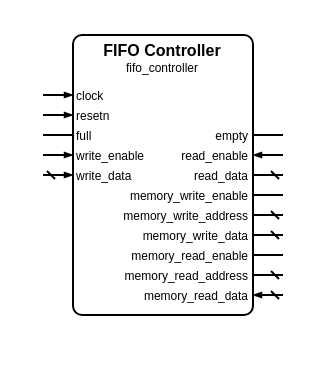
Above: sources/data/controllers/fifo/fifo_controller.symbol.drawio in Louis-DR/OmniCores-BuildingBlocks (draw.io), before the change. Source tidied: cells renumbered, new cells numbered last; positions are measured from the earlier drawing's top-left corner, leaving out a move shared by most shapes. Both pictures are drawn from the tidied source at 200%, with x=0, y=0 at pixel (42, 34).
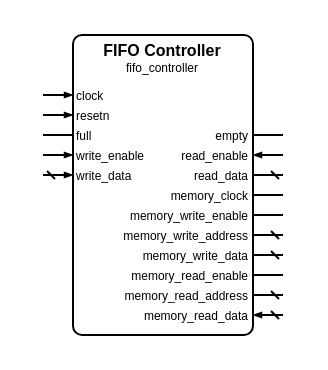
Above is the later version.

Change to the diagram source:
```diff
@@
     <mxCell id="2" style="group;" parent="1" vertex="1">
-      <mxGeometry width="120" height="140" as="geometry" />
+      <mxGeometry width="120" height="150" as="geometry" />
     </mxCell>
     <mxCell id="3" style="rounded=1;arcSize=5;fillColor=none;strokeWidth=1;strokeColor=black;whiteSpace=wrap;html=1;" parent="2" vertex="1">
-      <mxGeometry x="15" width="90" height="140" as="geometry" />
+      <mxGeometry x="15" width="90" height="150" as="geometry" />
     </mxCell>
@@
+    <mxCell id="34" value="memory_clock" style="text;html=1;align=right;verticalAlign=middle;whiteSpace=wrap;rounded=0;fontSize=6;fontStyle=0;fontColor=black;" parent="2" vertex="1">
+      <mxGeometry x="15" y="80" width="90" as="geometry" />
+    </mxCell>
+    <mxCell id="35" style="html=1;rounded=1;strokeWidth=1;strokeColor=black;startFill=0;startSize=2;startArrow=none;endFill=1;endSize=2;endArrow=none;sourcePerimeterSpacing=0;" parent="2" edge="1">
+      <mxGeometry relative="1" as="geometry">
+        <mxPoint x="120" y="80" as="sourcePoint" />
+        <mxPoint x="105" y="80" as="targetPoint" />
+      </mxGeometry>
+    </mxCell>
     <mxCell id="22" value="memory_write_enable" style="text;html=1;align=right;verticalAlign=middle;whiteSpace=wrap;rounded=0;fontSize=6;fontStyle=0;fontColor=black;" parent="2" vertex="1">
-      <mxGeometry x="15" y="80" width="90" as="geometry" />
+      <mxGeometry x="15" y="90" width="90" as="geometry" />
     </mxCell>
     <mxCell id="23" style="html=1;rounded=1;strokeWidth=1;strokeColor=black;startFill=0;startSize=2;startArrow=none;endFill=1;endSize=2;endArrow=none;sourcePerimeterSpacing=0;" parent="2" edge="1">
       <mxGeometry relative="1" as="geometry">
-        <mxPoint x="120" y="80" as="sourcePoint" />
-        <mxPoint x="105" y="80" as="targetPoint" />
+        <mxPoint x="120" y="90" as="sourcePoint" />
+        <mxPoint x="105" y="90" as="targetPoint" />
       </mxGeometry>
     </mxCell>
     <mxCell id="24" value="memory_write_address" style="text;html=1;align=right;verticalAlign=middle;whiteSpace=wrap;rounded=0;fontSize=6;fontStyle=0;fontColor=black;" parent="2" vertex="1">
-      <mxGeometry x="15" y="90" width="90" as="geometry" />
+      <mxGeometry x="15" y="100" width="90" as="geometry" />
     </mxCell>
     <mxCell id="25" style="html=1;rounded=1;strokeWidth=1;strokeColor=black;startFill=0;startSize=2;startArrow=dash;endFill=1;endSize=2;endArrow=none;sourcePerimeterSpacing=0;" parent="2" edge="1">
       <mxGeometry relative="1" as="geometry">
-        <mxPoint x="120" y="90" as="sourcePoint" />
-        <mxPoint x="105" y="90" as="targetPoint" />
+        <mxPoint x="120" y="100" as="sourcePoint" />
+        <mxPoint x="105" y="100" as="targetPoint" />
       </mxGeometry>
     </mxCell>
     <mxCell id="26" value="memory_write_data" style="text;html=1;align=right;verticalAlign=middle;whiteSpace=wrap;rounded=0;fontSize=6;fontStyle=0;fontColor=black;" parent="2" vertex="1">
-      <mxGeometry x="15" y="100" width="90" as="geometry" />
+      <mxGeometry x="15" y="110" width="90" as="geometry" />
     </mxCell>
     <mxCell id="27" style="html=1;rounded=1;strokeWidth=1;strokeColor=black;startFill=0;startSize=2;startArrow=dash;endFill=1;endSize=2;endArrow=none;sourcePerimeterSpacing=0;" parent="2" edge="1">
       <mxGeometry relative="1" as="geometry">
-        <mxPoint x="120" y="100" as="sourcePoint" />
-        <mxPoint x="105" y="100" as="targetPoint" />
+        <mxPoint x="120" y="110" as="sourcePoint" />
+        <mxPoint x="105" y="110" as="targetPoint" />
       </mxGeometry>
     </mxCell>
     <mxCell id="28" value="memory_read_enable" style="text;html=1;align=right;verticalAlign=middle;whiteSpace=wrap;rounded=0;fontSize=6;fontStyle=0;fontColor=black;" parent="2" vertex="1">
-      <mxGeometry x="15" y="110" width="90" as="geometry" />
+      <mxGeometry x="15" y="120" width="90" as="geometry" />
     </mxCell>
     <mxCell id="29" style="html=1;rounded=1;strokeWidth=1;strokeColor=black;startFill=0;startSize=2;startArrow=none;endFill=1;endSize=2;endArrow=none;sourcePerimeterSpacing=0;" parent="2" edge="1">
       <mxGeometry relative="1" as="geometry">
-        <mxPoint x="120" y="110" as="sourcePoint" />
-        <mxPoint x="105" y="110" as="targetPoint" />
+        <mxPoint x="120" y="120" as="sourcePoint" />
+        <mxPoint x="105" y="120" as="targetPoint" />
       </mxGeometry>
     </mxCell>
     <mxCell id="30" value="memory_read_address" style="text;html=1;align=right;verticalAlign=middle;whiteSpace=wrap;rounded=0;fontSize=6;fontStyle=0;fontColor=black;" parent="2" vertex="1">
-      <mxGeometry x="15" y="120" width="90" as="geometry" />
+      <mxGeometry x="15" y="130" width="90" as="geometry" />
     </mxCell>
     <mxCell id="31" style="html=1;rounded=1;strokeWidth=1;strokeColor=black;startFill=0;startSize=2;startArrow=dash;endFill=1;endSize=2;endArrow=none;sourcePerimeterSpacing=0;" parent="2" edge="1">
       <mxGeometry relative="1" as="geometry">
-        <mxPoint x="120" y="120" as="sourcePoint" />
-        <mxPoint x="105" y="120" as="targetPoint" />
+        <mxPoint x="120" y="130" as="sourcePoint" />
+        <mxPoint x="105" y="130" as="targetPoint" />
       </mxGeometry>
     </mxCell>
     <mxCell id="32" value="memory_read_data" style="text;html=1;align=right;verticalAlign=middle;whiteSpace=wrap;rounded=0;fontSize=6;fontStyle=0;fontColor=black;" parent="2" vertex="1">
-      <mxGeometry x="15" y="130" width="90" as="geometry" />
+      <mxGeometry x="15" y="140" width="90" as="geometry" />
     </mxCell>
     <mxCell id="33" style="html=1;rounded=1;strokeWidth=1;strokeColor=black;startFill=0;startSize=2;startArrow=dash;endFill=1;endSize=2;endArrow=blockThin;sourcePerimeterSpacing=0;" parent="2" edge="1">
       <mxGeometry relative="1" as="geometry">
-        <mxPoint x="120" y="130" as="sourcePoint" />
-        <mxPoint x="105" y="130" as="targetPoint" />
+        <mxPoint x="120" y="140" as="sourcePoint" />
+        <mxPoint x="105" y="140" as="targetPoint" />
       </mxGeometry>
     </mxCell>
```
